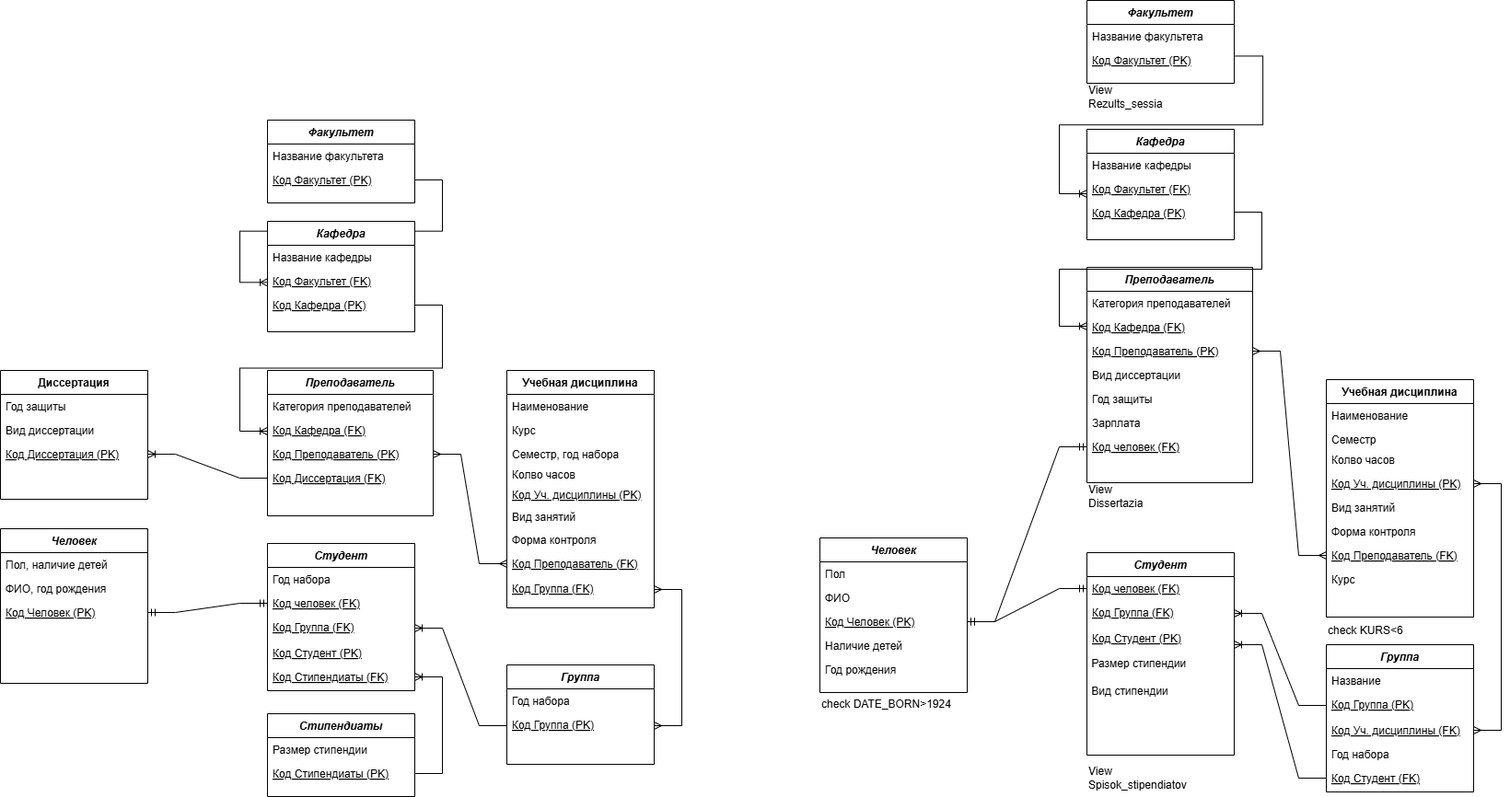
The draw.io diagram БД 2 Хорошилова.drawio.png in ksinph/PSTU_LABS_2023, before a commit. Source tidied: cells renumbered, new cells last; positions are measured from the earlier drawing's top-left corner, leaving out a move shared by most shapes.
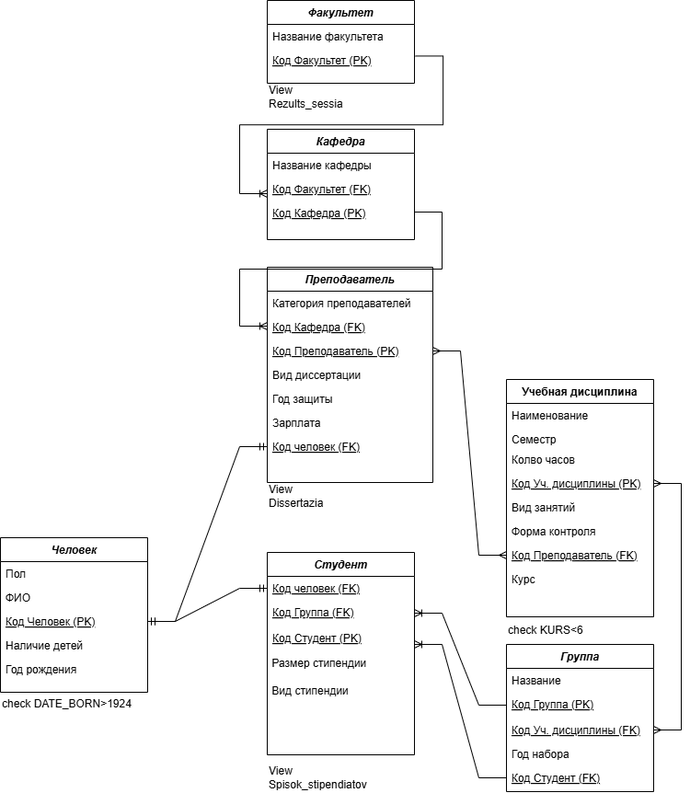
Later version of the same file.

Diff of the diagram source:
```diff
@@ -2,180 +2,6 @@
   <root>
     <mxCell id="0" />
     <mxCell id="1" parent="0" />
-    <mxCell id="2" style="edgeStyle=entityRelationEdgeStyle;fontSize=12;html=1;endArrow=ERoneToMany;rounded=0;exitX=1;exitY=0.5;exitDx=0;exitDy=0;" parent="1" edge="1" source="46">
-      <mxGeometry relative="1" as="geometry">
-        <mxPoint x="290" y="306.3" as="targetPoint" />
-        <Array as="points">
-          <mxPoint x="470" y="230" />
-          <mxPoint x="280" y="216.3" />
-          <mxPoint x="470" y="220" />
-          <mxPoint x="270" y="196.3" />
-          <mxPoint x="380" y="220" />
-          <mxPoint x="380" y="226.3" />
-          <mxPoint x="380" y="226.3" />
-        </Array>
-      </mxGeometry>
-    </mxCell>
-    <mxCell id="3" value="Человек" style="swimlane;fontStyle=3;align=center;verticalAlign=top;horizontal=1;startSize=26;rounded=0;shadow=0;strokeWidth=1;" parent="1" vertex="1">
-      <mxGeometry y="574" width="160" height="168" as="geometry" />
-    </mxCell>
-    <mxCell id="4" value="Пол, наличие детей" style="text;align=left;verticalAlign=top;spacingLeft=4;spacingRight=4;overflow=hidden;" parent="3" vertex="1">
-      <mxGeometry y="26" width="160" height="26" as="geometry" />
-    </mxCell>
-    <mxCell id="5" value="ФИО, год рождения" style="text;align=left;verticalAlign=top;spacingLeft=4;spacingRight=4;overflow=hidden;rounded=0;shadow=0;html=0;" parent="3" vertex="1">
-      <mxGeometry y="52" width="160" height="26" as="geometry" />
-    </mxCell>
-    <mxCell id="6" value="Код Человек (PK)" style="text;align=left;verticalAlign=top;spacingLeft=4;spacingRight=4;overflow=hidden;points=[[0,0.5],[1,0.5]];portConstraint=eastwest;rounded=0;shadow=0;html=0;fontStyle=4;" parent="3" vertex="1">
-      <mxGeometry y="78" width="160" height="26" as="geometry" />
-    </mxCell>
-    <mxCell id="7" value="Учебная дисциплина" style="swimlane;fontStyle=1;align=center;verticalAlign=top;horizontal=1;startSize=26;rounded=0;shadow=0;strokeWidth=1;" parent="1" vertex="1">
-      <mxGeometry x="550" y="402" width="160" height="258" as="geometry" />
-    </mxCell>
-    <mxCell id="8" value="Наименование" style="text;align=left;verticalAlign=top;spacingLeft=4;spacingRight=4;overflow=hidden;" parent="7" vertex="1">
-      <mxGeometry y="26" width="160" height="26" as="geometry" />
-    </mxCell>
-    <mxCell id="9" value="Курс" style="text;align=left;verticalAlign=top;spacingLeft=4;spacingRight=4;overflow=hidden;rounded=0;shadow=0;html=0;" parent="7" vertex="1">
-      <mxGeometry y="52" width="160" height="26" as="geometry" />
-    </mxCell>
-    <mxCell id="10" value="Семестр, год набора" style="text;align=left;verticalAlign=top;spacingLeft=4;spacingRight=4;overflow=hidden;fontStyle=0;" parent="7" vertex="1">
-      <mxGeometry y="78" width="160" height="22" as="geometry" />
-    </mxCell>
-    <mxCell id="11" value="Колво часов" style="text;align=left;verticalAlign=top;spacingLeft=4;spacingRight=4;overflow=hidden;" parent="7" vertex="1">
-      <mxGeometry y="100" width="160" height="26" as="geometry" />
-    </mxCell>
-    <mxCell id="12" value="Диссертация" style="swimlane;fontStyle=1;align=center;verticalAlign=top;horizontal=1;startSize=26;rounded=0;shadow=0;strokeWidth=1;" parent="1" vertex="1">
-      <mxGeometry y="402" width="160" height="140" as="geometry" />
-    </mxCell>
-    <mxCell id="13" value="Год защиты" style="text;align=left;verticalAlign=top;spacingLeft=4;spacingRight=4;overflow=hidden;" parent="12" vertex="1">
-      <mxGeometry y="26" width="160" height="26" as="geometry" />
-    </mxCell>
-    <mxCell id="14" value="Вид диссертации" style="text;align=left;verticalAlign=top;spacingLeft=4;spacingRight=4;overflow=hidden;rounded=0;shadow=0;html=0;" parent="12" vertex="1">
-      <mxGeometry y="52" width="160" height="26" as="geometry" />
-    </mxCell>
-    <mxCell id="15" value="Код Диссертация (PK)" style="text;align=left;verticalAlign=top;spacingLeft=4;spacingRight=4;overflow=hidden;points=[[0,0.5],[1,0.5]];portConstraint=eastwest;rounded=0;shadow=0;html=0;fontStyle=4;" parent="12" vertex="1">
-      <mxGeometry y="78" width="160" height="26" as="geometry" />
-    </mxCell>
-    <mxCell id="16" value="Вид занятий" style="text;align=left;verticalAlign=top;spacingLeft=4;spacingRight=4;overflow=hidden;" parent="1" vertex="1">
-      <mxGeometry x="550" y="548" width="160" height="26" as="geometry" />
-    </mxCell>
-    <mxCell id="17" value="Форма контроля" style="text;align=left;verticalAlign=top;spacingLeft=4;spacingRight=4;overflow=hidden;" parent="1" vertex="1">
-      <mxGeometry x="550" y="573" width="160" height="26" as="geometry" />
-    </mxCell>
-    <mxCell id="18" value="Стипендиаты" style="swimlane;fontStyle=3;align=center;verticalAlign=top;horizontal=1;startSize=26;rounded=0;shadow=0;strokeWidth=1;" parent="1" vertex="1">
-      <mxGeometry x="290" y="775" width="160" height="90" as="geometry" />
-    </mxCell>
-    <mxCell id="19" value="Размер стипендии" style="text;align=left;verticalAlign=top;spacingLeft=4;spacingRight=4;overflow=hidden;" parent="18" vertex="1">
-      <mxGeometry y="26" width="160" height="26" as="geometry" />
-    </mxCell>
-    <mxCell id="20" value="Код Стипендиаты (PK)" style="text;align=left;verticalAlign=top;spacingLeft=4;spacingRight=4;overflow=hidden;points=[[0,0.5],[1,0.5]];portConstraint=eastwest;fontStyle=4;" parent="18" vertex="1">
-      <mxGeometry y="52" width="160" height="26" as="geometry" />
-    </mxCell>
-    <mxCell id="21" value="Группа" style="swimlane;fontStyle=3;align=center;verticalAlign=top;horizontal=1;startSize=26;rounded=0;shadow=0;strokeWidth=1;" parent="1" vertex="1">
-      <mxGeometry x="550" y="722" width="160" height="108" as="geometry" />
-    </mxCell>
-    <mxCell id="22" value="Год набора" style="text;align=left;verticalAlign=top;spacingLeft=4;spacingRight=4;overflow=hidden;" parent="21" vertex="1">
-      <mxGeometry y="26" width="160" height="26" as="geometry" />
-    </mxCell>
-    <mxCell id="23" value="Код Группа (PK)" style="text;align=left;verticalAlign=top;spacingLeft=4;spacingRight=4;overflow=hidden;points=[[0,0.5],[1,0.5]];portConstraint=eastwest;fontStyle=4;" parent="21" vertex="1">
-      <mxGeometry y="52" width="160" height="28" as="geometry" />
-    </mxCell>
-    <mxCell id="24" value="Преподаватель" style="swimlane;fontStyle=3;align=center;verticalAlign=top;horizontal=1;startSize=26;rounded=0;shadow=0;strokeWidth=1;" parent="1" vertex="1">
-      <mxGeometry x="290" y="402" width="180" height="158" as="geometry" />
-    </mxCell>
-    <mxCell id="25" value="Категория преподавателей" style="text;align=left;verticalAlign=top;spacingLeft=4;spacingRight=4;overflow=hidden;" parent="24" vertex="1">
-      <mxGeometry y="26" width="180" height="26" as="geometry" />
-    </mxCell>
-    <mxCell id="26" value="Код Кафедра (FK)" style="text;align=left;verticalAlign=top;spacingLeft=4;spacingRight=4;overflow=hidden;fontStyle=4;" parent="24" vertex="1">
-      <mxGeometry y="52" width="180" height="26" as="geometry" />
-    </mxCell>
-    <mxCell id="27" value="Код Преподаватель (PK)" style="text;align=left;verticalAlign=top;spacingLeft=4;spacingRight=4;overflow=hidden;points=[[0,0.5],[1,0.5]];portConstraint=eastwest;fontStyle=4;" parent="24" vertex="1">
-      <mxGeometry y="78" width="180" height="26" as="geometry" />
-    </mxCell>
-    <mxCell id="28" value="Код Диссертация (FK)" style="text;align=left;verticalAlign=top;spacingLeft=4;spacingRight=4;overflow=hidden;points=[[0,0.5],[1,0.5]];portConstraint=eastwest;rounded=0;shadow=0;html=0;fontStyle=4;" parent="24" vertex="1">
-      <mxGeometry y="104" width="180" height="26" as="geometry" />
-    </mxCell>
-    <mxCell id="29" value="Код Уч. дисциплины (PK)" style="text;align=left;verticalAlign=top;spacingLeft=4;spacingRight=4;overflow=hidden;fontStyle=4;" parent="1" vertex="1">
-      <mxGeometry x="550" y="524" width="160" height="26" as="geometry" />
-    </mxCell>
-    <mxCell id="30" value="Код Преподаватель (FK)" style="text;align=left;verticalAlign=top;spacingLeft=4;spacingRight=4;overflow=hidden;points=[[0,0.5],[1,0.5]];portConstraint=eastwest;fontStyle=4;" parent="1" vertex="1">
-      <mxGeometry x="550" y="599" width="160" height="26" as="geometry" />
-    </mxCell>
-    <mxCell id="31" style="edgeStyle=entityRelationEdgeStyle;fontSize=12;html=1;endArrow=ERoneToMany;rounded=0;entryX=1;entryY=0.5;entryDx=0;entryDy=0;exitX=0;exitY=0.5;exitDx=0;exitDy=0;" parent="1" edge="1" source="28" target="15">
-      <mxGeometry relative="1" as="geometry" />
-    </mxCell>
-    <mxCell id="32" style="edgeStyle=entityRelationEdgeStyle;fontSize=12;html=1;endArrow=ERmany;startArrow=ERmany;rounded=0;exitX=1;exitY=0.5;exitDx=0;exitDy=0;entryX=0;entryY=0.5;entryDx=0;entryDy=0;" parent="1" edge="1" source="27" target="30">
-      <mxGeometry relative="1" as="geometry" />
-    </mxCell>
-    <mxCell id="33" value="Код Группа (FK)" style="text;align=left;verticalAlign=top;spacingLeft=4;spacingRight=4;overflow=hidden;points=[[0,0.5],[1,0.5]];portConstraint=eastwest;fontStyle=4;" parent="1" vertex="1">
-      <mxGeometry x="550" y="626" width="160" height="28" as="geometry" />
-    </mxCell>
-    <mxCell id="34" value="Кафедра" style="swimlane;fontStyle=3;align=center;verticalAlign=top;horizontal=1;startSize=26;rounded=0;shadow=0;strokeWidth=1;" parent="1" vertex="1">
-      <mxGeometry x="290" y="240" width="160" height="120" as="geometry" />
-    </mxCell>
-    <mxCell id="35" value="Название кафедры" style="text;align=left;verticalAlign=top;spacingLeft=4;spacingRight=4;overflow=hidden;" parent="34" vertex="1">
-      <mxGeometry y="26" width="160" height="26" as="geometry" />
-    </mxCell>
-    <mxCell id="36" value="Код Факультет (FK)" style="text;align=left;verticalAlign=top;spacingLeft=4;spacingRight=4;overflow=hidden;fontStyle=4;" parent="34" vertex="1">
-      <mxGeometry y="52" width="160" height="26" as="geometry" />
-    </mxCell>
-    <mxCell id="37" value="Код Кафедра (PK)" style="text;align=left;verticalAlign=top;spacingLeft=4;spacingRight=4;overflow=hidden;points=[[0,0.5],[1,0.5]];portConstraint=eastwest;fontStyle=4;" parent="34" vertex="1">
-      <mxGeometry y="78" width="160" height="26" as="geometry" />
-    </mxCell>
-    <mxCell id="38" value="Студент" style="swimlane;fontStyle=3;align=center;verticalAlign=top;horizontal=1;startSize=26;rounded=0;shadow=0;strokeWidth=1;" parent="1" vertex="1">
-      <mxGeometry x="290" y="590" width="160" height="160" as="geometry" />
-    </mxCell>
-    <mxCell id="39" value="Год набора" style="text;align=left;verticalAlign=top;spacingLeft=4;spacingRight=4;overflow=hidden;" parent="38" vertex="1">
-      <mxGeometry y="26" width="160" height="26" as="geometry" />
-    </mxCell>
-    <mxCell id="40" value="Код человек (FK)" style="text;align=left;verticalAlign=top;spacingLeft=4;spacingRight=4;overflow=hidden;points=[[0,0.5],[1,0.5]];portConstraint=eastwest;rounded=0;shadow=0;html=0;fontStyle=4;" parent="38" vertex="1">
-      <mxGeometry y="52" width="160" height="26" as="geometry" />
-    </mxCell>
-    <mxCell id="41" value="Код Группа (FK)" style="text;align=left;verticalAlign=top;spacingLeft=4;spacingRight=4;overflow=hidden;points=[[0,0.5],[1,0.5]];portConstraint=eastwest;fontStyle=4;" parent="38" vertex="1">
-      <mxGeometry y="78" width="160" height="28" as="geometry" />
-    </mxCell>
-    <mxCell id="42" value="Код Студент (PK)" style="text;align=left;verticalAlign=top;spacingLeft=4;spacingRight=4;overflow=hidden;fontStyle=4;" parent="38" vertex="1">
-      <mxGeometry y="106" width="160" height="26" as="geometry" />
-    </mxCell>
-    <mxCell id="43" value="Код Стипендиаты (FK)" style="text;align=left;verticalAlign=top;spacingLeft=4;spacingRight=4;overflow=hidden;points=[[0,0.5],[1,0.5]];portConstraint=eastwest;fontStyle=4;" parent="38" vertex="1">
-      <mxGeometry y="132" width="160" height="26" as="geometry" />
-    </mxCell>
-    <mxCell id="44" value="Факультет" style="swimlane;fontStyle=3;align=center;verticalAlign=top;horizontal=1;startSize=26;rounded=0;shadow=0;strokeWidth=1;" parent="1" vertex="1">
-      <mxGeometry x="290" y="130" width="160" height="90" as="geometry" />
-    </mxCell>
-    <mxCell id="45" value="Название факультета" style="text;align=left;verticalAlign=top;spacingLeft=4;spacingRight=4;overflow=hidden;" parent="44" vertex="1">
-      <mxGeometry y="26" width="160" height="26" as="geometry" />
-    </mxCell>
-    <mxCell id="46" value="Код Факультет (PK)" style="text;align=left;verticalAlign=top;spacingLeft=4;spacingRight=4;overflow=hidden;points=[[0,0.5],[1,0.5]];portConstraint=eastwest;fontStyle=4;" parent="44" vertex="1">
-      <mxGeometry y="52" width="160" height="26" as="geometry" />
-    </mxCell>
-    <mxCell id="47" style="edgeStyle=entityRelationEdgeStyle;fontSize=12;html=1;endArrow=ERoneToMany;rounded=0;exitX=1;exitY=0.5;exitDx=0;exitDy=0;verticalAlign=top;" parent="1" edge="1" source="37">
-      <mxGeometry relative="1" as="geometry">
-        <mxPoint x="290" y="468" as="targetPoint" />
-        <Array as="points">
-          <mxPoint x="250" y="368" />
-          <mxPoint x="280" y="378" />
-          <mxPoint x="380" y="368" />
-          <mxPoint x="490" y="408" />
-          <mxPoint x="270" y="438" />
-          <mxPoint x="490" y="438" />
-          <mxPoint x="250" y="358" />
-          <mxPoint x="250" y="338" />
-          <mxPoint x="270" y="358" />
-        </Array>
-      </mxGeometry>
-    </mxCell>
-    <mxCell id="48" style="edgeStyle=entityRelationEdgeStyle;fontSize=12;html=1;endArrow=ERmany;startArrow=ERmany;rounded=0;entryX=1;entryY=0.5;entryDx=0;entryDy=0;exitX=1;exitY=0.5;exitDx=0;exitDy=0;" parent="1" edge="1" source="23" target="33">
-      <mxGeometry relative="1" as="geometry" />
-    </mxCell>
-    <mxCell id="49" style="edgeStyle=entityRelationEdgeStyle;fontSize=12;html=1;endArrow=ERoneToMany;rounded=0;entryX=1;entryY=0.5;entryDx=0;entryDy=0;exitX=1;exitY=0.5;exitDx=0;exitDy=0;" parent="1" edge="1" source="20" target="43">
-      <mxGeometry relative="1" as="geometry" />
-    </mxCell>
-    <mxCell id="50" style="edgeStyle=entityRelationEdgeStyle;fontSize=12;html=1;endArrow=ERoneToMany;rounded=0;entryX=1;entryY=0.5;entryDx=0;entryDy=0;exitX=0;exitY=0.5;exitDx=0;exitDy=0;" parent="1" edge="1" source="23" target="41">
-      <mxGeometry relative="1" as="geometry" />
-    </mxCell>
-    <mxCell id="51" style="edgeStyle=entityRelationEdgeStyle;fontSize=12;html=1;endArrow=ERmandOne;startArrow=ERmandOne;rounded=0;exitX=1;exitY=0.5;exitDx=0;exitDy=0;entryX=0;entryY=0.5;entryDx=0;entryDy=0;" parent="1" edge="1" source="6" target="40">
-      <mxGeometry relative="1" as="geometry" />
-    </mxCell>
     <mxCell id="52" style="edgeStyle=entityRelationEdgeStyle;fontSize=12;html=1;endArrow=ERoneToMany;rounded=0;exitX=1.007;exitY=0.324;exitDx=0;exitDy=0;exitPerimeter=0;" parent="1" edge="1" source="96">
       <mxGeometry relative="1" as="geometry">
         <mxPoint x="1180" y="210" as="targetPoint" />
```
